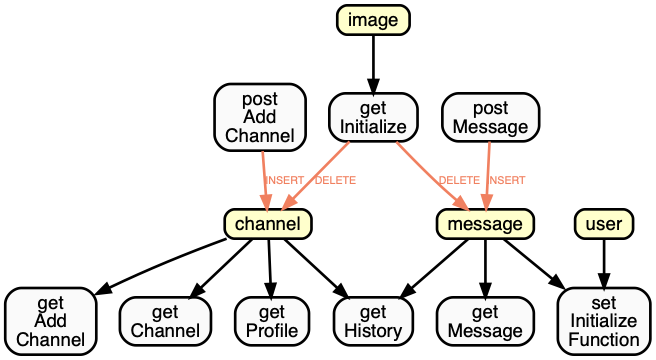
Muratam/isucon7q2019 keeps this Graphviz diagram as utils/sqlmap.png. Above is the earlier version. Its source is kept beside it as utils/sqlmap.dot.
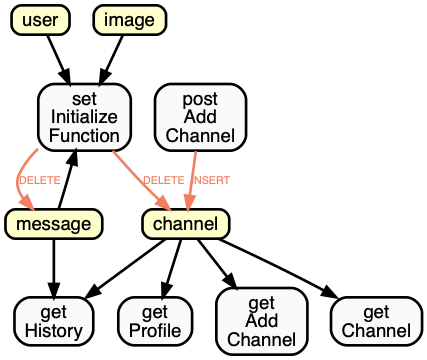
The same file after the commit.

Change to the diagram source:
```diff
@@ -20,27 +20,21 @@
 user[label="user",shape=box, style="filled, bold, rounded", fillcolor="#ffffcc"];
 message -> setInitializeFunction[style="bold"];
 message[label="message",shape=box, style="filled, bold, rounded", fillcolor="#ffffcc"];
+setInitializeFunction -> channel[style="bold",label="DELETE",color="#f08060",fontcolor="#f08060"];
+channel[label="channel",shape=box, style="filled, bold, rounded", fillcolor="#ffffcc"];
+setInitializeFunction -> message[style="bold",label="DELETE",color="#f08060",fontcolor="#f08060"];
+message[label="message",shape=box, style="filled, bold, rounded", fillcolor="#ffffcc"];
+image -> setInitializeFunction[style="bold"];
+image[label="image",shape=box, style="filled, bold, rounded", fillcolor="#ffffcc"];
 setInitializeFunction[label="set
 Initialize
 Function"];
-getInitialize -> channel[style="bold",label="DELETE",color="#f08060",fontcolor="#f08060"];
-channel[label="channel",shape=box, style="filled, bold, rounded", fillcolor="#ffffcc"];
-getInitialize -> message[style="bold",label="DELETE",color="#f08060",fontcolor="#f08060"];
-message[label="message",shape=box, style="filled, bold, rounded", fillcolor="#ffffcc"];
-image -> getInitialize[style="bold"];
-image[label="image",shape=box, style="filled, bold, rounded", fillcolor="#ffffcc"];
-getInitialize[label="get
-Initialize"];
 message -> getHistory[style="bold"];
 message[label="message",shape=box, style="filled, bold, rounded", fillcolor="#ffffcc"];
 channel -> getHistory[style="bold"];
 channel[label="channel",shape=box, style="filled, bold, rounded", fillcolor="#ffffcc"];
 getHistory[label="get
 History"];
-message -> getMessage[style="bold"];
-message[label="message",shape=box, style="filled, bold, rounded", fillcolor="#ffffcc"];
-getMessage[label="get
-Message"];
 channel -> getProfile[style="bold"];
 channel[label="channel",shape=box, style="filled, bold, rounded", fillcolor="#ffffcc"];
 getProfile[label="get
@@ -59,10 +53,6 @@
 postAddChannel[label="post
 Add
 Channel"];
-postMessage -> message[style="bold",label="INSERT",color="#f08060",fontcolor="#f08060"];
-message[label="message",shape=box, style="filled, bold, rounded", fillcolor="#ffffcc"];
-postMessage[label="post
-Message"];
 
     }
 
```
